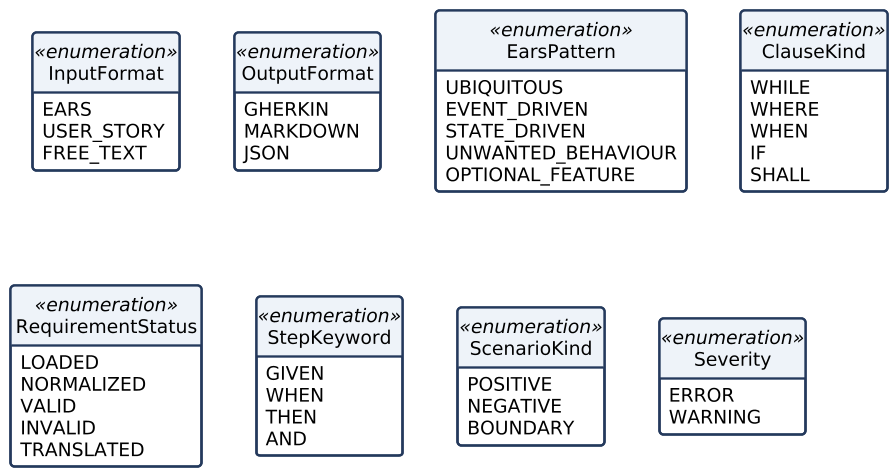
Before: docs/diagrams/enums.png, a diagram exported from PlantUML (mrgedikli/Automated-Gherkin-and-BDD-Test-Scenario-Generator). Its source is kept beside it as docs/diagrams/enums.puml.
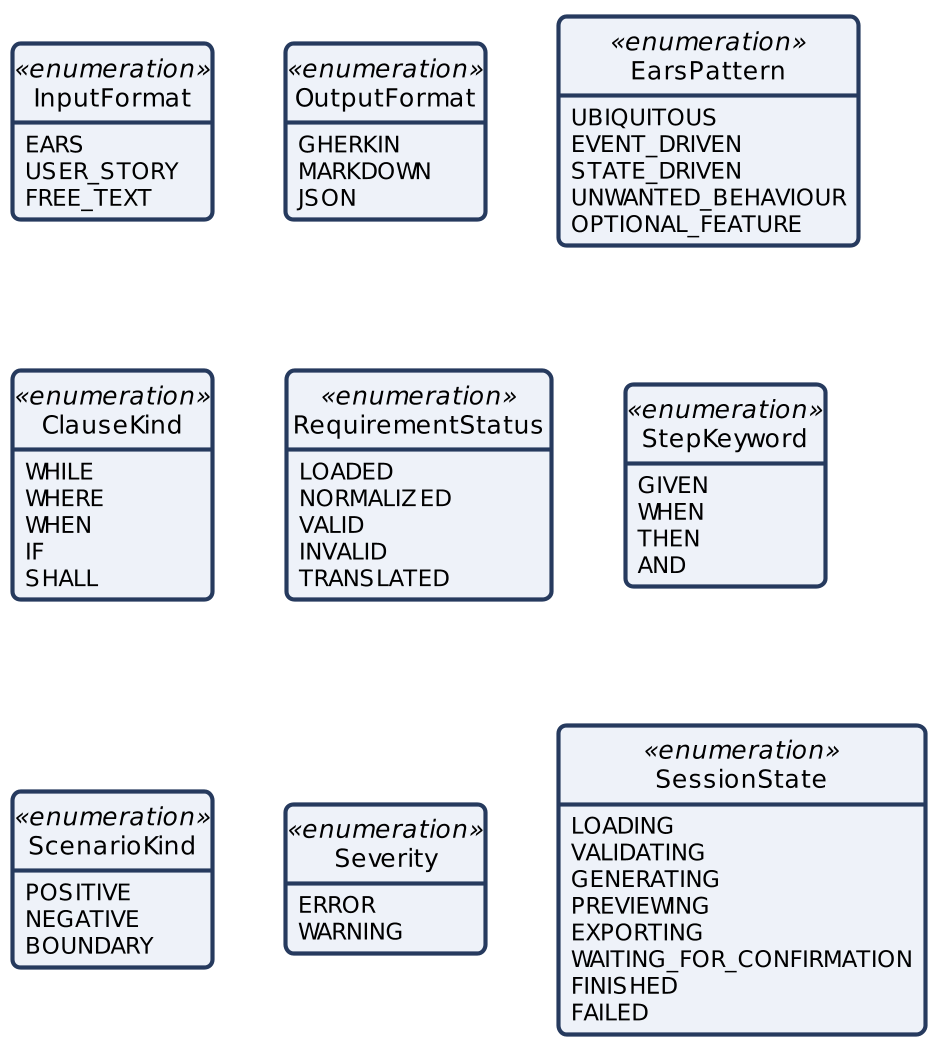
Later version of the same file.

The edit, as a diff of the source:
```diff
@@ -2,7 +2,6 @@
 !include skin.iuml
 hide circle
 hide methods
-hide empty members
 enum InputFormat <<enumeration>> {
   EARS
   USER_STORY
@@ -49,11 +48,14 @@
   ERROR
   WARNING
 }
-InputFormat -[hidden]> OutputFormat
-OutputFormat -[hidden]> EarsPattern
-EarsPattern -[hidden]> ClauseKind
-InputFormat -[hidden]-> RequirementStatus
-RequirementStatus -[hidden]> StepKeyword
-StepKeyword -[hidden]> ScenarioKind
-ScenarioKind -[hidden]> Severity
+enum SessionState <<enumeration>> {
+  LOADING
+  VALIDATING
+  GENERATING
+  PREVIEWING
+  EXPORTING
+  WAITING_FOR_CONFIRMATION
+  FINISHED
+  FAILED
+}
 @enduml
```
